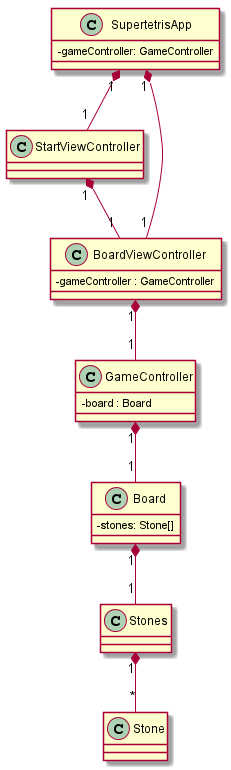
The PlantUML diagram doc/Klassendiagramm.png in ponchofiesta/supertetris, before a commit.
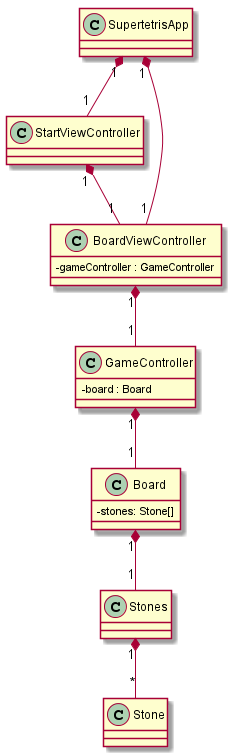
Above is the later version.

Diff of the diagram source:
```diff
@@ -12,7 +12,7 @@
 
 
 class SupertetrisApp {
-    -gameController: GameController
+
 }
 
 class StartViewController {
```
